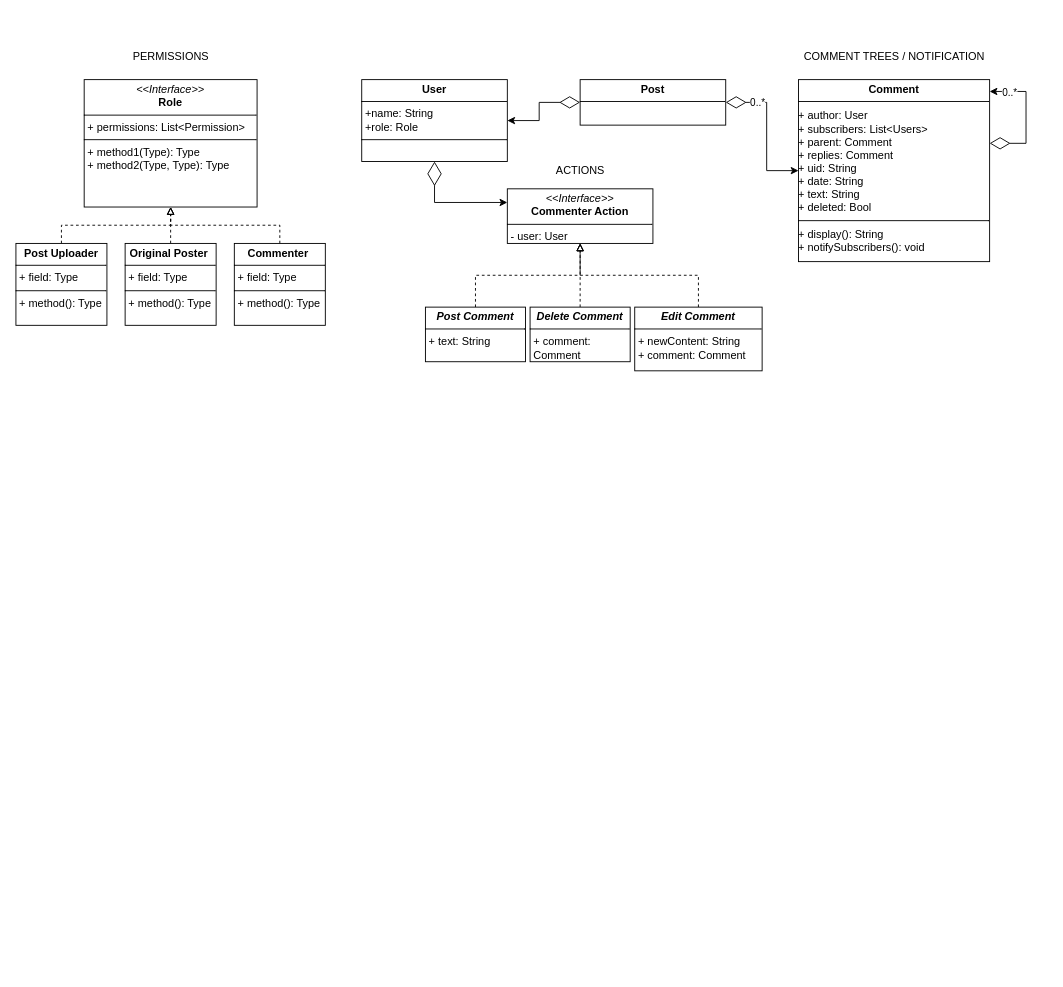
pricedown/ThreadedComments keeps this draw.io diagram as UML.drawio. Above is the earlier version. Source tidied: cells renumbered, new cells numbered last; positions are measured from the earlier drawing's top-left corner, leaving out a move shared by most shapes. Both pictures are drawn from the tidied source at 91%, with x=0, y=0 at pixel (15, 43).
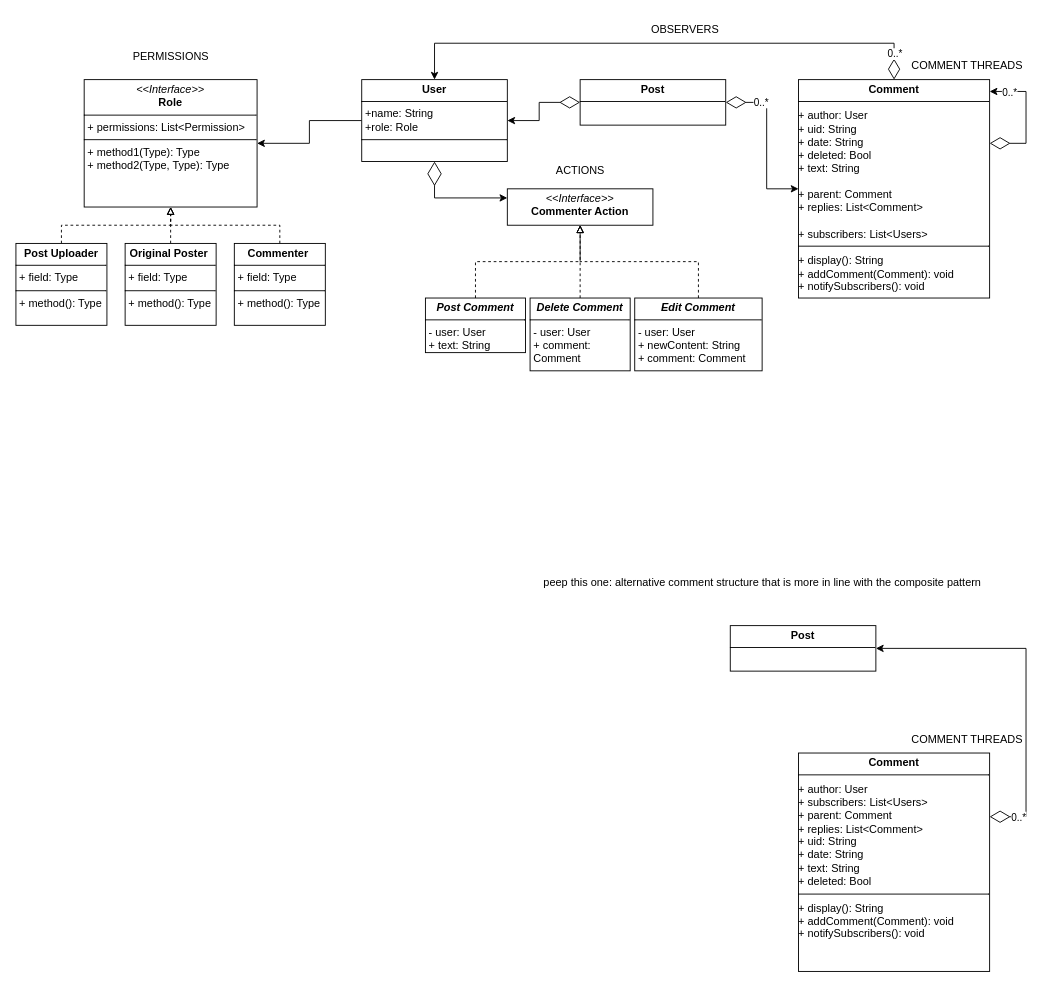
The same page after the edit.

Commit message (it also covers changes not shown here):
+ Started comment structure

The change refers to these unchanged cells:
```xml
<mxCell id="4" value="&lt;p style=&quot;margin:0px;margin-top:4px;text-align:center;&quot;&gt;&lt;b&gt;User&lt;/b&gt;&lt;/p&gt;&lt;hr style=&quot;border-style:solid;&quot; size=&quot;1&quot;&gt;&lt;p style=&quot;margin:0px;margin-left:4px;&quot;&gt;+name: String&lt;/p&gt;&lt;p style=&quot;margin:0px;margin-left:4px;&quot;&gt;+role: Role&lt;br&gt;&lt;/p&gt;&lt;hr style=&quot;border-style:solid;&quot; size=&quot;1&quot;&gt;&lt;p style=&quot;margin:0px;margin-left:4px;&quot;&gt;&lt;br&gt;&lt;/p&gt;" style="verticalAlign=top;align=left;overflow=fill;html=1;whiteSpace=wrap;" parent="1" vertex="1">
  <mxGeometry x="380" y="40" width="160" height="90" as="geometry" />
</mxCell>
<mxCell id="16" value="&lt;p style=&quot;margin:0px;margin-top:4px;text-align:center;&quot;&gt;&lt;i&gt;&amp;lt;&amp;lt;Interface&amp;gt;&amp;gt;&lt;/i&gt;&lt;br&gt;&lt;b&gt;Role&lt;/b&gt;&lt;/p&gt;&lt;hr size=&quot;1&quot; style=&quot;border-style:solid;&quot;&gt;&lt;p style=&quot;margin:0px;margin-left:4px;&quot;&gt;+ permissions: List&amp;lt;Permission&amp;gt;&lt;/p&gt;&lt;hr size=&quot;1&quot; style=&quot;border-style:solid;&quot;&gt;&lt;p style=&quot;margin:0px;margin-left:4px;&quot;&gt;+ method1(Type): Type&lt;br&gt;+ method2(Type, Type): Type&lt;/p&gt;" style="verticalAlign=top;align=left;overflow=fill;html=1;whiteSpace=wrap;" parent="1" vertex="1">
  <mxGeometry x="75" y="40" width="190" height="140" as="geometry" />
</mxCell>
```

What changed in the source:
```diff
@@
+    <mxCell id="28" style="edgeStyle=orthogonalEdgeStyle;rounded=0;jettySize=auto;html=1;entryX=0.5;entryY=0;entryDx=0;entryDy=0;exitX=0.5;exitY=0;exitDx=0;exitDy=0;startArrow=diamondThin;startFill=0;startSize=20;" parent="1" edge="1" source="2" target="4">
+      <mxGeometry relative="1" as="geometry">
+        <Array as="points">
+          <mxPoint x="965" />
+          <mxPoint x="460" />
+        </Array>
+      </mxGeometry>
+    </mxCell>
+    <mxCell id="29" value="0..*" style="edgeLabel;html=1;align=center;verticalAlign=middle;" parent="28" vertex="1">
+      <mxGeometry x="-0.89" y="4" relative="1" as="geometry">
+        <mxPoint x="4" y="3" as="offset" />
+      </mxGeometry>
+    </mxCell>
-    <mxCell id="2" value="&lt;p style=&quot;margin:0px;margin-top:4px;text-align:center;&quot;&gt;&lt;b&gt;Comment&lt;/b&gt;&lt;/p&gt;&lt;hr style=&quot;border-style:solid;&quot; size=&quot;1&quot;&gt;&lt;div style=&quot;height:2px;&quot;&gt;&lt;/div&gt;&lt;div&gt;+ author: User&lt;br&gt;&lt;/div&gt;&lt;div&gt;+ subscribers: List&amp;lt;Users&amp;gt;&lt;/div&gt;&lt;div&gt;+ parent: Comment&lt;/div&gt;&lt;div&gt;+ replies: Comment&lt;/div&gt;&lt;div&gt;+ uid: String&lt;br&gt;&lt;/div&gt;&lt;div&gt;+ date: String&lt;br&gt;&lt;/div&gt;&lt;div&gt;+ text: String&lt;/div&gt;&lt;div&gt;+ deleted: Bool&lt;/div&gt;&lt;hr style=&quot;border-style:solid;&quot; size=&quot;1&quot;&gt;&lt;div style=&quot;height:2px;&quot;&gt;&lt;br&gt;&lt;/div&gt;&lt;div style=&quot;height:2px;&quot;&gt;+ display(): String&lt;br&gt;+ notifySubscribers(): void&lt;/div&gt;&lt;div style=&quot;height:2px;&quot;&gt;&lt;br&gt;&lt;/div&gt;" style="verticalAlign=top;align=left;overflow=fill;html=1;whiteSpace=wrap;" parent="1" vertex="1">
-      <mxGeometry x="860" y="40" width="210" height="200" as="geometry" />
+    <mxCell id="2" value="&lt;p style=&quot;margin:0px;margin-top:4px;text-align:center;&quot;&gt;&lt;b&gt;Comment&lt;/b&gt;&lt;/p&gt;&lt;hr style=&quot;border-style:solid;&quot; size=&quot;1&quot;&gt;&lt;div style=&quot;height:2px;&quot;&gt;&lt;/div&gt;&lt;div&gt;+ author: User&lt;br&gt;&lt;div&gt;+ uid: String&lt;br&gt;&lt;/div&gt;&lt;div&gt;+ date: String&lt;/div&gt;&lt;div&gt;+ deleted: Bool&lt;br&gt;+ text: String&lt;br&gt;&lt;br&gt;&lt;/div&gt;&lt;/div&gt;&lt;div&gt;+ parent: Comment&lt;/div&gt;&lt;div&gt;+ replies: List&amp;lt;Comment&amp;gt;&lt;/div&gt;&lt;div&gt;&lt;br&gt;&lt;/div&gt;&lt;div&gt;+ subscribers: List&amp;lt;Users&amp;gt;&lt;/div&gt;&lt;hr style=&quot;border-style:solid;&quot; size=&quot;1&quot;&gt;&lt;div style=&quot;height:2px;&quot;&gt;&lt;br&gt;&lt;/div&gt;&lt;div style=&quot;height:2px;&quot;&gt;+ display(): String&lt;br&gt;+ addComment(Comment): void&lt;br&gt;+ notifySubscribers(): void&lt;/div&gt;&lt;div style=&quot;height:2px;&quot;&gt;&lt;br&gt;&lt;/div&gt;" style="verticalAlign=top;align=left;overflow=fill;html=1;whiteSpace=wrap;" parent="1" vertex="1">
+      <mxGeometry x="860" y="40" width="210" height="240" as="geometry" />
     </mxCell>
@@
+    <mxCell id="30" style="edgeStyle=orthogonalEdgeStyle;rounded=0;jettySize=auto;html=1;" parent="1" edge="1" source="4" target="16">
+      <mxGeometry relative="1" as="geometry" />
+    </mxCell>
@@
-    <mxCell id="5" value="&lt;p style=&quot;margin:0px;margin-top:4px;text-align:center;&quot;&gt;&lt;i&gt;&amp;lt;&amp;lt;Interface&amp;gt;&amp;gt;&lt;/i&gt;&lt;br&gt;&lt;b&gt;Commenter Action&lt;/b&gt;&lt;br&gt;&lt;/p&gt;&lt;hr size=&quot;1&quot; style=&quot;border-style:solid;&quot;&gt;&lt;p style=&quot;margin:0px;margin-left:4px;&quot;&gt;- user: User&lt;/p&gt;" style="verticalAlign=top;align=left;overflow=fill;html=1;whiteSpace=wrap;" parent="1" vertex="1">
-      <mxGeometry x="540" y="160" width="160" height="60" as="geometry" />
+    <mxCell id="5" value="&lt;p style=&quot;margin:0px;margin-top:4px;text-align:center;&quot;&gt;&lt;i&gt;&amp;lt;&amp;lt;Interface&amp;gt;&amp;gt;&lt;/i&gt;&lt;br&gt;&lt;b&gt;Commenter Action&lt;/b&gt;&lt;/p&gt;" style="verticalAlign=top;align=left;overflow=fill;html=1;whiteSpace=wrap;" parent="1" vertex="1">
+      <mxGeometry x="540" y="160" width="160" height="40" as="geometry" />
     </mxCell>
@@
-    <mxCell id="7" value="&lt;p style=&quot;margin:0px;margin-top:4px;text-align:center;&quot;&gt;&lt;b&gt;&lt;i&gt;Post Comment&lt;/i&gt;&lt;/b&gt;&lt;br&gt;&lt;/p&gt;&lt;hr size=&quot;1&quot; style=&quot;border-style:solid;&quot;&gt;&lt;p style=&quot;margin:0px;margin-left:4px;&quot;&gt;+ text: String&lt;/p&gt;" style="verticalAlign=top;align=left;overflow=fill;html=1;whiteSpace=wrap;" parent="1" vertex="1">
-      <mxGeometry x="450" y="290" width="110" height="60" as="geometry" />
+    <mxCell id="7" value="&lt;p style=&quot;margin:0px;margin-top:4px;text-align:center;&quot;&gt;&lt;b&gt;&lt;i&gt;Post Comment&lt;/i&gt;&lt;/b&gt;&lt;br&gt;&lt;/p&gt;&lt;hr size=&quot;1&quot; style=&quot;border-style:solid;&quot;&gt;&lt;p style=&quot;margin:0px;margin-left:4px;&quot;&gt;&lt;span style=&quot;background-color: initial;&quot;&gt;- user: User&lt;br&gt;&lt;/span&gt;+ text: String&lt;/p&gt;" style="verticalAlign=top;align=left;overflow=fill;html=1;whiteSpace=wrap;" parent="1" vertex="1">
+      <mxGeometry x="450" y="280" width="110" height="60" as="geometry" />
     </mxCell>
@@
-    <mxCell id="9" value="&lt;p style=&quot;margin:0px;margin-top:4px;text-align:center;&quot;&gt;&lt;b&gt;&lt;i&gt;Delete Comment&lt;/i&gt;&lt;/b&gt;&lt;br&gt;&lt;/p&gt;&lt;hr size=&quot;1&quot; style=&quot;border-style:solid;&quot;&gt;&lt;p style=&quot;margin:0px;margin-left:4px;&quot;&gt;+ comment: Comment&lt;/p&gt;" style="verticalAlign=top;align=left;overflow=fill;html=1;whiteSpace=wrap;" parent="1" vertex="1">
-      <mxGeometry x="565" y="290" width="110" height="60" as="geometry" />
+    <mxCell id="9" value="&lt;p style=&quot;margin:0px;margin-top:4px;text-align:center;&quot;&gt;&lt;b&gt;&lt;i&gt;Delete Comment&lt;/i&gt;&lt;/b&gt;&lt;br&gt;&lt;/p&gt;&lt;hr size=&quot;1&quot; style=&quot;border-style:solid;&quot;&gt;&lt;p style=&quot;margin:0px;margin-left:4px;&quot;&gt;&lt;span style=&quot;background-color: initial;&quot;&gt;- user: User&lt;br&gt;&lt;/span&gt;+ comment: Comment&lt;/p&gt;" style="verticalAlign=top;align=left;overflow=fill;html=1;whiteSpace=wrap;" parent="1" vertex="1">
+      <mxGeometry x="565" y="280" width="110" height="80" as="geometry" />
     </mxCell>
@@
-    <mxCell id="11" value="&lt;p style=&quot;margin:0px;margin-top:4px;text-align:center;&quot;&gt;&lt;b&gt;&lt;i&gt;Edit Comment&lt;/i&gt;&lt;/b&gt;&lt;br&gt;&lt;/p&gt;&lt;hr size=&quot;1&quot; style=&quot;border-style:solid;&quot;&gt;&lt;p style=&quot;margin:0px;margin-left:4px;&quot;&gt;+ newContent: String&lt;br&gt;+ comment: Comment&lt;/p&gt;" style="verticalAlign=top;align=left;overflow=fill;html=1;whiteSpace=wrap;" parent="1" vertex="1">
-      <mxGeometry x="680" y="290" width="140" height="70" as="geometry" />
+    <mxCell id="11" value="&lt;p style=&quot;margin:0px;margin-top:4px;text-align:center;&quot;&gt;&lt;b&gt;&lt;i&gt;Edit Comment&lt;/i&gt;&lt;/b&gt;&lt;br&gt;&lt;/p&gt;&lt;hr size=&quot;1&quot; style=&quot;border-style:solid;&quot;&gt;&lt;p style=&quot;margin:0px;margin-left:4px;&quot;&gt;&lt;span style=&quot;background-color: initial;&quot;&gt;- user: User&lt;br&gt;&lt;/span&gt;+ newContent: String&lt;br&gt;+ comment: Comment&lt;/p&gt;" style="verticalAlign=top;align=left;overflow=fill;html=1;whiteSpace=wrap;" parent="1" vertex="1">
+      <mxGeometry x="680" y="280" width="140" height="80" as="geometry" />
     </mxCell>
@@
-    <mxCell id="20" value="ACTIONS" style="text;html=1;align=center;verticalAlign=middle;strokeColor=none;fillColor=none;" parent="1" vertex="1">
+    <mxCell id="20" value="&lt;div&gt;ACTIONS&lt;/div&gt;" style="text;html=1;align=center;verticalAlign=middle;strokeColor=none;fillColor=none;" parent="1" vertex="1">
       <mxGeometry x="580" y="125" width="80" height="30" as="geometry" />
     </mxCell>
-    <mxCell id="21" value="COMMENT TREES / NOTIFICATION" style="text;html=1;align=center;verticalAlign=middle;strokeColor=none;fillColor=none;" parent="1" vertex="1">
-      <mxGeometry x="855" width="220" height="30" as="geometry" />
+    <mxCell id="21" value="COMMENT THREADS" style="text;html=1;align=center;verticalAlign=middle;strokeColor=none;fillColor=none;" parent="1" vertex="1">
+      <mxGeometry x="970" y="10" width="150" height="30" as="geometry" />
     </mxCell>
@@
+    <mxCell id="31" value="OBSERVERS" style="text;html=1;align=center;verticalAlign=middle;strokeColor=none;fillColor=none;" parent="1" vertex="1">
+      <mxGeometry x="685" y="-30" width="100" height="30" as="geometry" />
+    </mxCell>
+    <mxCell id="32" value="&lt;p style=&quot;margin:0px;margin-top:4px;text-align:center;&quot;&gt;&lt;b&gt;Comment&lt;/b&gt;&lt;/p&gt;&lt;hr style=&quot;border-style:solid;&quot; size=&quot;1&quot;&gt;&lt;div style=&quot;height:2px;&quot;&gt;&lt;/div&gt;&lt;div&gt;+ author: User&lt;br&gt;&lt;/div&gt;&lt;div&gt;+ subscribers: List&amp;lt;Users&amp;gt;&lt;/div&gt;&lt;div&gt;+ parent: Comment&lt;/div&gt;&lt;div&gt;+ replies: List&amp;lt;Comment&amp;gt;&lt;/div&gt;&lt;div&gt;+ uid: String&lt;br&gt;&lt;/div&gt;&lt;div&gt;+ date: String&lt;br&gt;&lt;/div&gt;&lt;div&gt;+ text: String&lt;/div&gt;&lt;div&gt;+ deleted: Bool&lt;/div&gt;&lt;hr style=&quot;border-style:solid;&quot; size=&quot;1&quot;&gt;&lt;div style=&quot;height:2px;&quot;&gt;&lt;br&gt;&lt;/div&gt;&lt;div style=&quot;height:2px;&quot;&gt;+ display(): String&lt;br&gt;+ addComment(Comment): void&lt;br&gt;+ notifySubscribers(): void&lt;/div&gt;&lt;div style=&quot;height:2px;&quot;&gt;&lt;br&gt;&lt;/div&gt;" style="verticalAlign=top;align=left;overflow=fill;html=1;whiteSpace=wrap;" parent="1" vertex="1">
+      <mxGeometry x="860" y="780" width="210" height="240" as="geometry" />
+    </mxCell>
+    <mxCell id="33" value="&lt;p style=&quot;margin:0px;margin-top:4px;text-align:center;&quot;&gt;&lt;b&gt;Post&lt;/b&gt;&lt;/p&gt;&lt;hr style=&quot;border-style:solid;&quot; size=&quot;1&quot;&gt;" style="verticalAlign=top;align=left;overflow=fill;html=1;whiteSpace=wrap;" parent="1" vertex="1">
+      <mxGeometry x="785" y="640" width="160" height="50" as="geometry" />
+    </mxCell>
+    <mxCell id="34" style="edgeStyle=orthogonalEdgeStyle;rounded=0;jettySize=auto;html=1;startArrow=diamondThin;startFill=0;startSize=20;entryX=1;entryY=0.5;entryDx=0;entryDy=0;" parent="1" edge="1" source="32" target="33">
+      <mxGeometry relative="1" as="geometry">
+        <Array as="points">
+          <mxPoint x="1110" y="850" />
+          <mxPoint x="1110" y="665" />
+        </Array>
+      </mxGeometry>
+    </mxCell>
+    <mxCell id="35" value="0..*" style="edgeLabel;html=1;align=center;verticalAlign=middle;" parent="34" vertex="1">
+      <mxGeometry x="0.77" y="1" relative="1" as="geometry">
+        <mxPoint x="111" y="184" as="offset" />
+      </mxGeometry>
+    </mxCell>
+    <mxCell id="36" value="COMMENT THREADS" style="text;html=1;align=center;verticalAlign=middle;strokeColor=none;fillColor=none;" parent="1" vertex="1">
+      <mxGeometry x="970" y="750" width="150" height="30" as="geometry" />
+    </mxCell>
+    <mxCell id="37" value="peep this one: alternative comment structure that is more in line with the composite pattern" style="text;html=1;align=center;verticalAlign=middle;strokeColor=none;fillColor=none;" parent="1" vertex="1">
+      <mxGeometry x="570" y="578" width="500" height="30" as="geometry" />
+    </mxCell>
```
